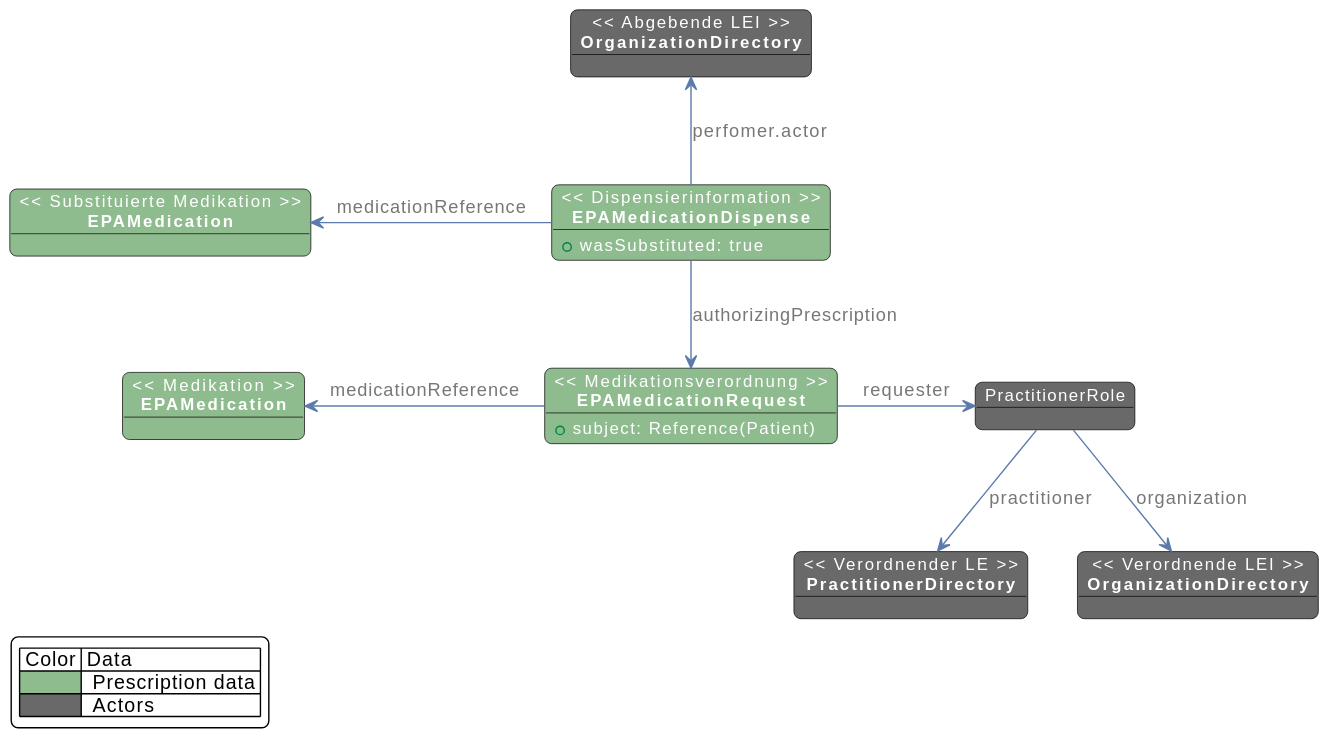
The PlantUML diagram images/plantuml/medication.fhir.substitution.svg in gematik/ePA-Medication, before a commit.
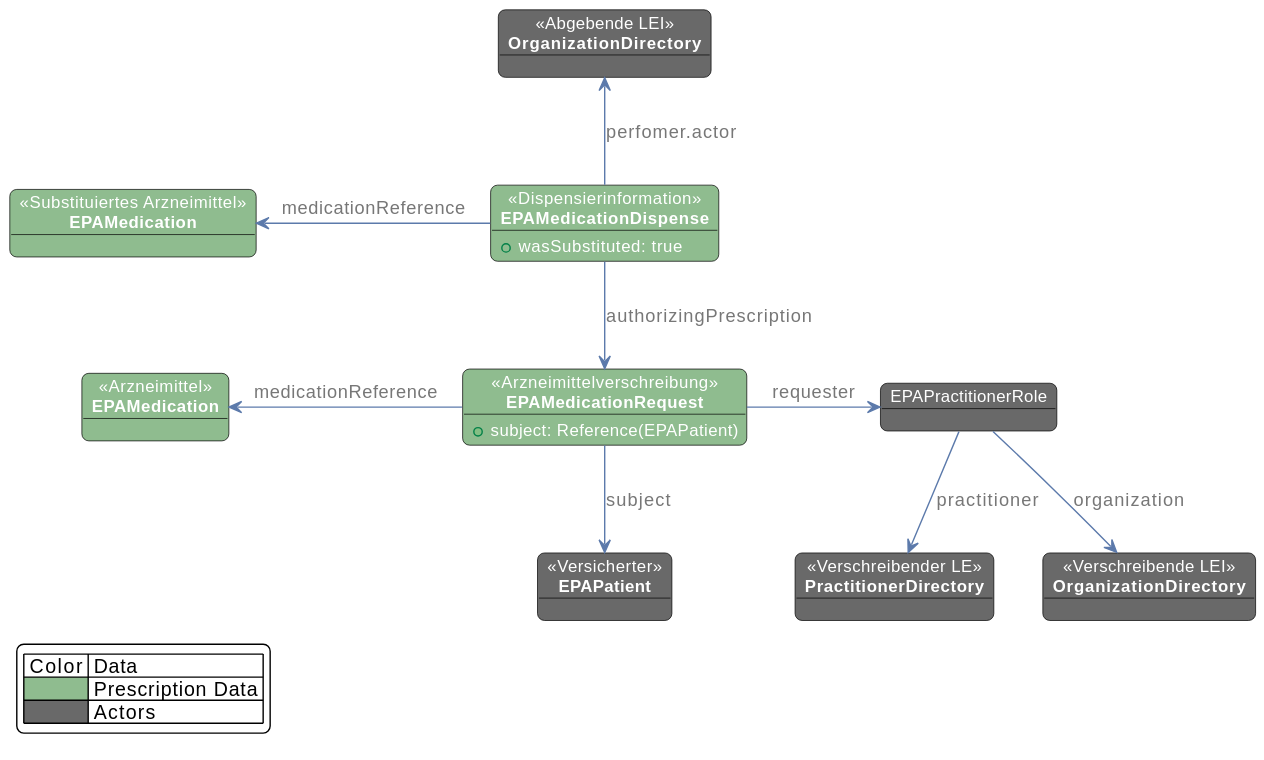
After the change.

The edit, as a diff of the source:
```diff
@@ -1,4 +1,4 @@
-@startuml medication.fhir.substitution
+@startuml
 skinparam fixCircleLabelOverlapping false
 skinparam roundcorner 10
 skinparam object {
@@ -12,20 +12,21 @@
 }
 skinparam LegendBackgroundColor White
 
-object "<< Verordnender LE >>\n**PractitionerDirectory**" as PrescribingPractitioner
-object "<< Verordnende LEI >>\n**OrganizationDirectory**" as PrescribingOrganization
+object "<< Versicherter >>\n**EPAPatient**" as Patient
+object "<< Verschreibender LE >>\n**PractitionerDirectory**" as PrescribingPractitioner
+object "<< Verschreibende LEI >>\n**OrganizationDirectory**" as PrescribingOrganization
 object "<< Abgebende LEI >>\n**OrganizationDirectory**" as PharmOrganization
-object "PractitionerRole" as PractionerRole
-object "<< Medikation >>\n**EPAMedication**" as Medication #DarkSeaGreen
-object "<< Medikationsverordnung >>\n**EPAMedicationRequest**" as MedicationRequest #DarkSeaGreen {
-    + subject: Reference(Patient)
+object "EPAPractitionerRole" as PractionerRole
+object "<< Arzneimittel >>\n**EPAMedication**" as Medication #DarkSeaGreen
+object "<< Arzneimittelverschreibung >>\n**EPAMedicationRequest**" as MedicationRequest #DarkSeaGreen {
+    + subject: Reference(EPAPatient)
 }
-object "<< Substituierte Medikation >>\n**EPAMedication**" as AltMedication #DarkSeaGreen
+object "<< Substituiertes Arzneimittel >>\n**EPAMedication**" as AltMedication #DarkSeaGreen
 object "<< Dispensierinformation >>\n**EPAMedicationDispense**" as MedicationDispense #DarkSeaGreen {
     + wasSubstituted: true
 }
 
-
+MedicationRequest -d->  Patient : subject
 MedicationRequest -l-> Medication : medicationReference
 MedicationRequest -r-> PractionerRole : requester
 
@@ -38,7 +39,7 @@
 
 legend left
     | Color | Data |
-    |<#DarkSeaGreen>|  Prescription data |
-    |<#DimGrey>|  Actors |
+    |<#DarkSeaGreen>| Prescription Data |
+    |<#DimGrey>| Actors |
 endlegend
 @enduml
```
